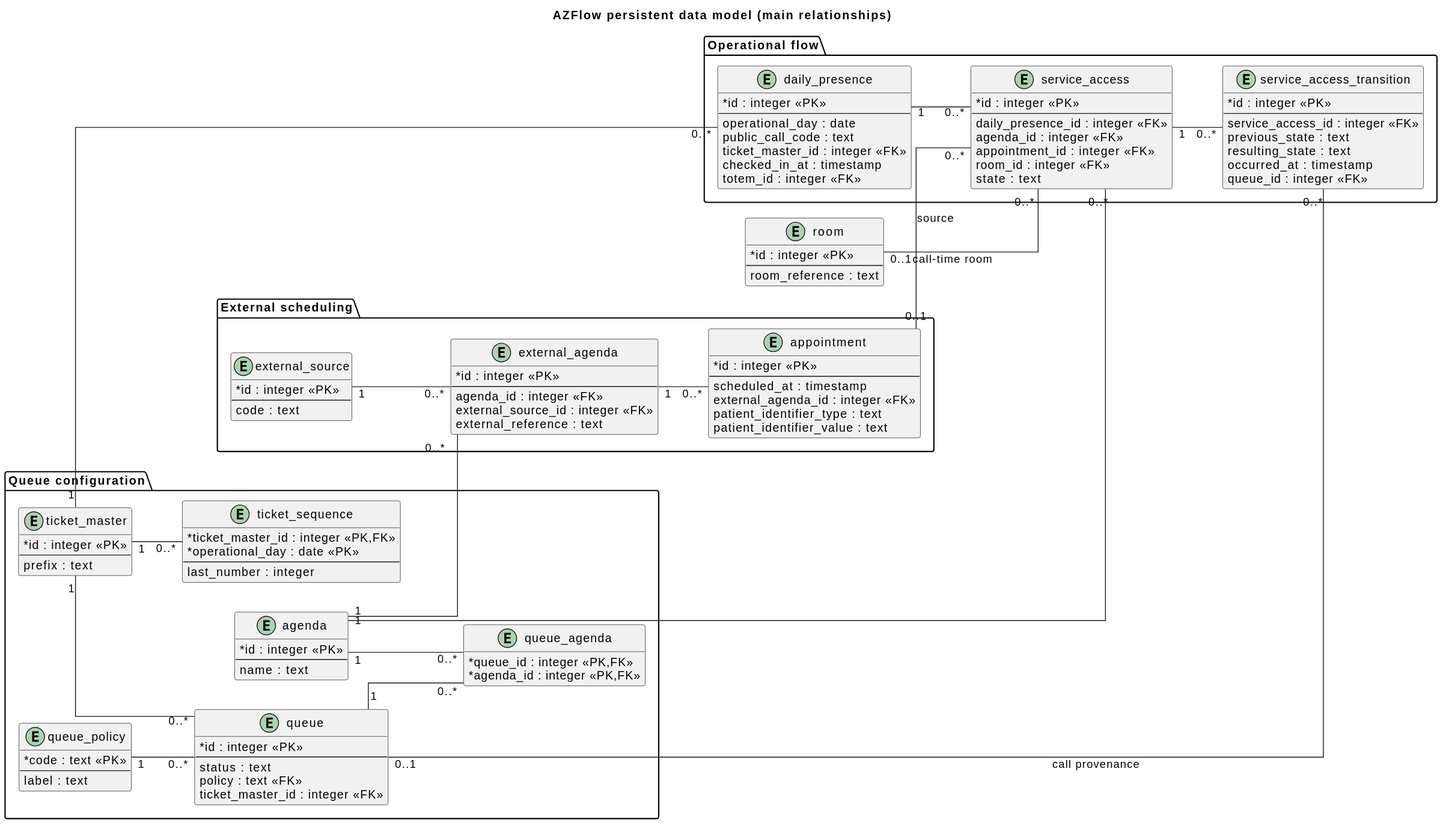
Before: pictures/persistence-model.svg, a diagram exported from PlantUML (unibo-dtm-se-2526-AZFlow/report). Its diagram source:
```plantuml
@startuml
hide methods
hide stereotypes
skinparam shadowing false
skinparam linetype ortho
skinparam classAttributeIconSize 0
left to right direction

title AZFlow persistent data model (main relationships)

package "External scheduling" {
  entity external_source {
    * id : integer <<PK>>
    --
    code : text
  }

  entity external_agenda {
    * id : integer <<PK>>
    --
    agenda_id : integer <<FK>>
    external_source_id : integer <<FK>>
    external_reference : text
  }

  entity appointment {
    * id : integer <<PK>>
    --
    scheduled_at : timestamp
    external_agenda_id : integer <<FK>>
    patient_identifier_type : text
    patient_identifier_value : text
  }
}

package "Operational flow" {
  entity daily_presence {
    * id : integer <<PK>>
    --
    operational_day : date
    public_call_code : text
    ticket_master_id : integer <<FK>>
    checked_in_at : timestamp
    totem_id : integer <<FK>>
  }

  entity service_access {
    * id : integer <<PK>>
    --
    daily_presence_id : integer <<FK>>
    agenda_id : integer <<FK>>
    appointment_id : integer <<FK>>
    room_id : integer <<FK>>
    state : text
  }

  entity service_access_transition {
    * id : integer <<PK>>
    --
    service_access_id : integer <<FK>>
    previous_state : text
    resulting_state : text
    occurred_at : timestamp
    queue_id : integer <<FK>>
  }
}

package "Queue configuration" {
  entity agenda {
    * id : integer <<PK>>
    --
    name : text
  }

  entity queue {
    * id : integer <<PK>>
    --
    status : text
    policy : text <<FK>>
    ticket_master_id : integer <<FK>>
  }

  entity queue_policy {
    * code : text <<PK>>
    --
    label : text
  }

  entity queue_agenda {
    * queue_id : integer <<PK,FK>>
    * agenda_id : integer <<PK,FK>>
  }

  entity ticket_master {
    * id : integer <<PK>>
    --
    prefix : text
  }

  entity ticket_sequence {
    * ticket_master_id : integer <<PK,FK>>
    * operational_day : date <<PK>>
    --
    last_number : integer
  }
}

entity room {
  * id : integer <<PK>>
  --
  room_reference : text
}

external_source "1" -- "0..*" external_agenda
agenda "1" -- "0..*" external_agenda
external_agenda "1" -- "0..*" appointment

daily_presence "1" -- "0..*" service_access
appointment "0..1" -- "0..*" service_access : source
agenda "1" -- "0..*" service_access
room "0..1" -- "0..*" service_access : call-time room
service_access "1" -- "0..*" service_access_transition
queue "0..1" -- "0..*" service_access_transition : call provenance

queue_policy "1" -- "0..*" queue
queue "1" -- "0..*" queue_agenda
agenda "1" -- "0..*" queue_agenda
ticket_master "1" -- "0..*" queue
ticket_master "1" -- "0..*" daily_presence
ticket_master "1" -- "0..*" ticket_sequence
@enduml
```
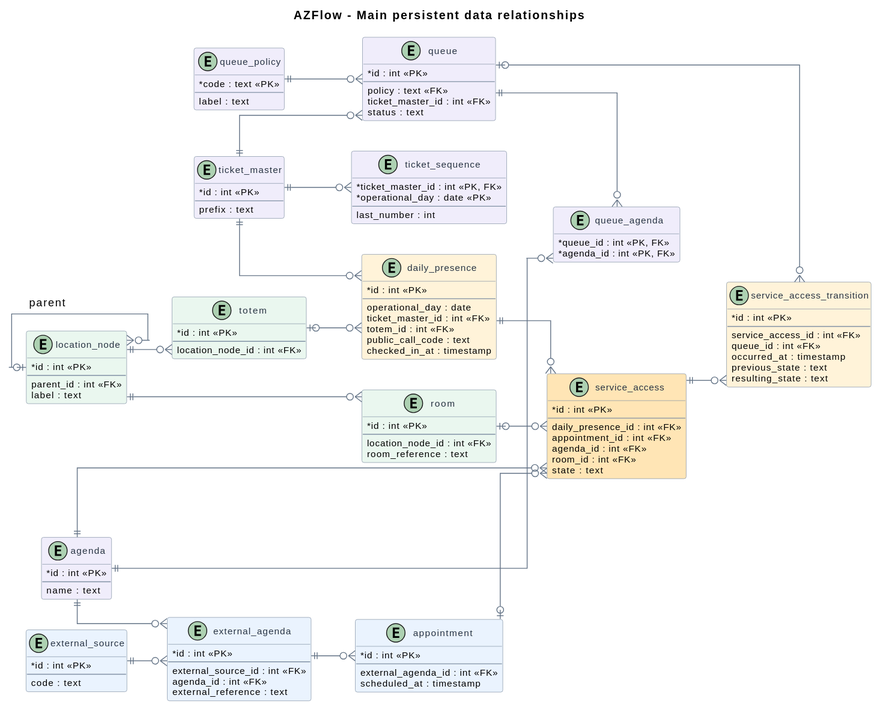
Above is the later version.

Commit message:
docs(design): improve persistence model diagram

Diff of the diagram source:
```diff
@@ -4,128 +4,135 @@
 skinparam shadowing false
 skinparam linetype ortho
 skinparam classAttributeIconSize 0
+skinparam classFontSize 12
+skinparam classAttributeFontSize 11
+skinparam ArrowColor #637386
+skinparam classBorderColor #8191A4
+skinparam classFontColor #283443
+skinparam backgroundColor white
+skinparam nodesep 36
+skinparam ranksep 48
 left to right direction
 
-title AZFlow persistent data model (main relationships)
+title AZFlow - Main persistent data relationships
 
-package "External scheduling" {
-  entity external_source {
-    * id : integer <<PK>>
-    --
-    code : text
-  }
-
-  entity external_agenda {
-    * id : integer <<PK>>
-    --
-    agenda_id : integer <<FK>>
-    external_source_id : integer <<FK>>
-    external_reference : text
-  }
-
-  entity appointment {
-    * id : integer <<PK>>
-    --
-    scheduled_at : timestamp
-    external_agenda_id : integer <<FK>>
-    patient_identifier_type : text
-    patient_identifier_value : text
-  }
+entity "external_source" as external_source #EAF3FE {
+  * id : int <<PK>>
+  --
+  code : text
 }
-
-package "Operational flow" {
-  entity daily_presence {
-    * id : integer <<PK>>
-    --
-    operational_day : date
-    public_call_code : text
-    ticket_master_id : integer <<FK>>
-    checked_in_at : timestamp
-    totem_id : integer <<FK>>
-  }
-
-  entity service_access {
-    * id : integer <<PK>>
-    --
-    daily_presence_id : integer <<FK>>
-    agenda_id : integer <<FK>>
-    appointment_id : integer <<FK>>
-    room_id : integer <<FK>>
-    state : text
-  }
-
-  entity service_access_transition {
-    * id : integer <<PK>>
-    --
-    service_access_id : integer <<FK>>
-    previous_state : text
-    resulting_state : text
-    occurred_at : timestamp
-    queue_id : integer <<FK>>
-  }
+entity "external_agenda" as external_agenda #EAF3FE {
+  * id : int <<PK>>
+  --
+  external_source_id : int <<FK>>
+  agenda_id : int <<FK>>
+  external_reference : text
 }
-
-package "Queue configuration" {
-  entity agenda {
-    * id : integer <<PK>>
-    --
-    name : text
-  }
-
-  entity queue {
-    * id : integer <<PK>>
-    --
-    status : text
-    policy : text <<FK>>
-    ticket_master_id : integer <<FK>>
-  }
-
-  entity queue_policy {
-    * code : text <<PK>>
-    --
-    label : text
-  }
-
-  entity queue_agenda {
-    * queue_id : integer <<PK,FK>>
-    * agenda_id : integer <<PK,FK>>
-  }
-
-  entity ticket_master {
-    * id : integer <<PK>>
-    --
-    prefix : text
-  }
-
-  entity ticket_sequence {
-    * ticket_master_id : integer <<PK,FK>>
-    * operational_day : date <<PK>>
-    --
-    last_number : integer
-  }
+entity "appointment" as appointment #EAF3FE {
+  * id : int <<PK>>
+  --
+  external_agenda_id : int <<FK>>
+  scheduled_at : timestamp
 }
-
-entity room {
-  * id : integer <<PK>>
+entity "agenda" as agenda #F0EDFB {
+  * id : int <<PK>>
   --
+  name : text
+}
+entity "queue_agenda" as queue_agenda #F0EDFB {
+  * queue_id : int <<PK, FK>>
+  * agenda_id : int <<PK, FK>>
+}
+entity "queue" as queue #F0EDFB {
+  * id : int <<PK>>
+  --
+  policy : text <<FK>>
+  ticket_master_id : int <<FK>>
+  status : text
+}
+entity "queue_policy" as queue_policy #F0EDFB {
+  * code : text <<PK>>
+  --
+  label : text
+}
+entity "ticket_master" as ticket_master #F0EDFB {
+  * id : int <<PK>>
+  --
+  prefix : text
+}
+entity "ticket_sequence" as ticket_sequence #F0EDFB {
+  * ticket_master_id : int <<PK, FK>>
+  * operational_day : date <<PK>>
+  --
+  last_number : int
+}
+entity "daily_presence" as daily_presence #FFF3D9 {
+  * id : int <<PK>>
+  --
+  operational_day : date
+  ticket_master_id : int <<FK>>
+  totem_id : int <<FK>>
+  public_call_code : text
+  checked_in_at : timestamp
+}
+entity "service_access" as service_access #FFE5B5 {
+  * id : int <<PK>>
+  --
+  daily_presence_id : int <<FK>>
+  appointment_id : int <<FK>>
+  agenda_id : int <<FK>>
+  room_id : int <<FK>>
+  state : text
+}
+entity "service_access_transition" as service_access_transition #FFF3D9 {
+  * id : int <<PK>>
+  --
+  service_access_id : int <<FK>>
+  queue_id : int <<FK>>
+  occurred_at : timestamp
+  previous_state : text
+  resulting_state : text
+}
+entity "location_node" as location_node #EAF7EF {
+  * id : int <<PK>>
+  --
+  parent_id : int <<FK>>
+  label : text
+}
+entity "totem" as totem #EAF7EF {
+  * id : int <<PK>>
+  --
+  location_node_id : int <<FK>>
+}
+entity "room" as room #EAF7EF {
+  * id : int <<PK>>
+  --
+  location_node_id : int <<FK>>
   room_reference : text
 }
 
-external_source "1" -- "0..*" external_agenda
-agenda "1" -- "0..*" external_agenda
-external_agenda "1" -- "0..*" appointment
+external_source ||--o{ external_agenda
+agenda ||--o{ external_agenda
+external_agenda ||--o{ appointment
 
-daily_presence "1" -- "0..*" service_access
-appointment "0..1" -- "0..*" service_access : source
-agenda "1" -- "0..*" service_access
-room "0..1" -- "0..*" service_access : call-time room
-service_access "1" -- "0..*" service_access_transition
-queue "0..1" -- "0..*" service_access_transition : call provenance
+appointment |o--o{ service_access
+agenda ||--o{ service_access
+daily_presence ||--o{ service_access
+room |o--o{ service_access
 
-queue_policy "1" -- "0..*" queue
-queue "1" -- "0..*" queue_agenda
-agenda "1" -- "0..*" queue_agenda
-ticket_master "1" -- "0..*" queue
-ticket_master "1" -- "0..*" daily_presence
-ticket_master "1" -- "0..*" ticket_sequence
+service_access ||--o{ service_access_transition
+queue |o--o{ service_access_transition
+
+queue_policy ||--o{ queue
+ticket_master ||--o{ queue
+queue ||--o{ queue_agenda
+agenda ||--o{ queue_agenda
+
+ticket_master ||--o{ daily_presence
+ticket_master ||--o{ ticket_sequence
+
+location_node |o--o{ location_node : parent
+location_node ||--o{ room
+location_node ||--o{ totem
+totem |o--o{ daily_presence
 @enduml
```
